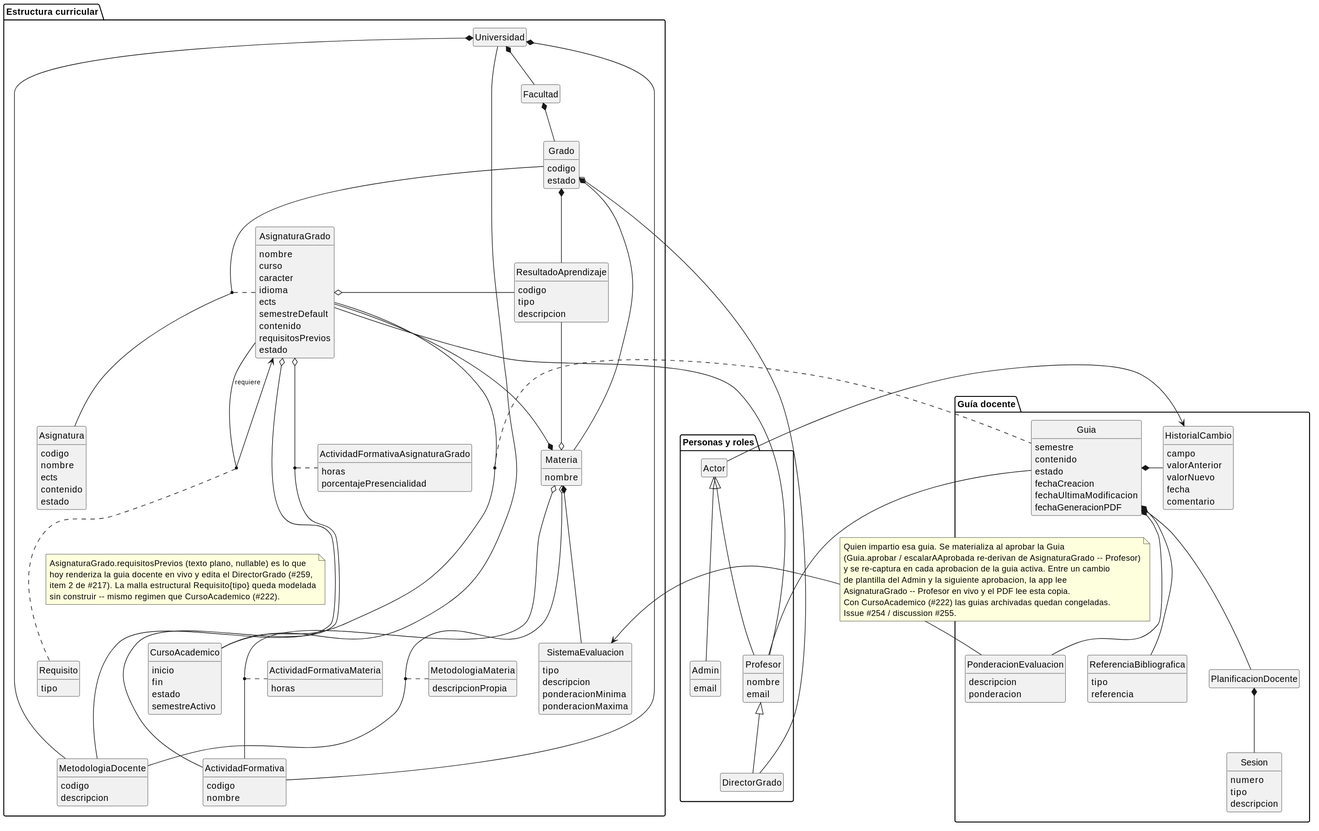
Before: images/RUP/00-modelo-del-dominio/modeloDominio.svg, a diagram exported from PlantUML (mmasias/pyCeldaPublico).
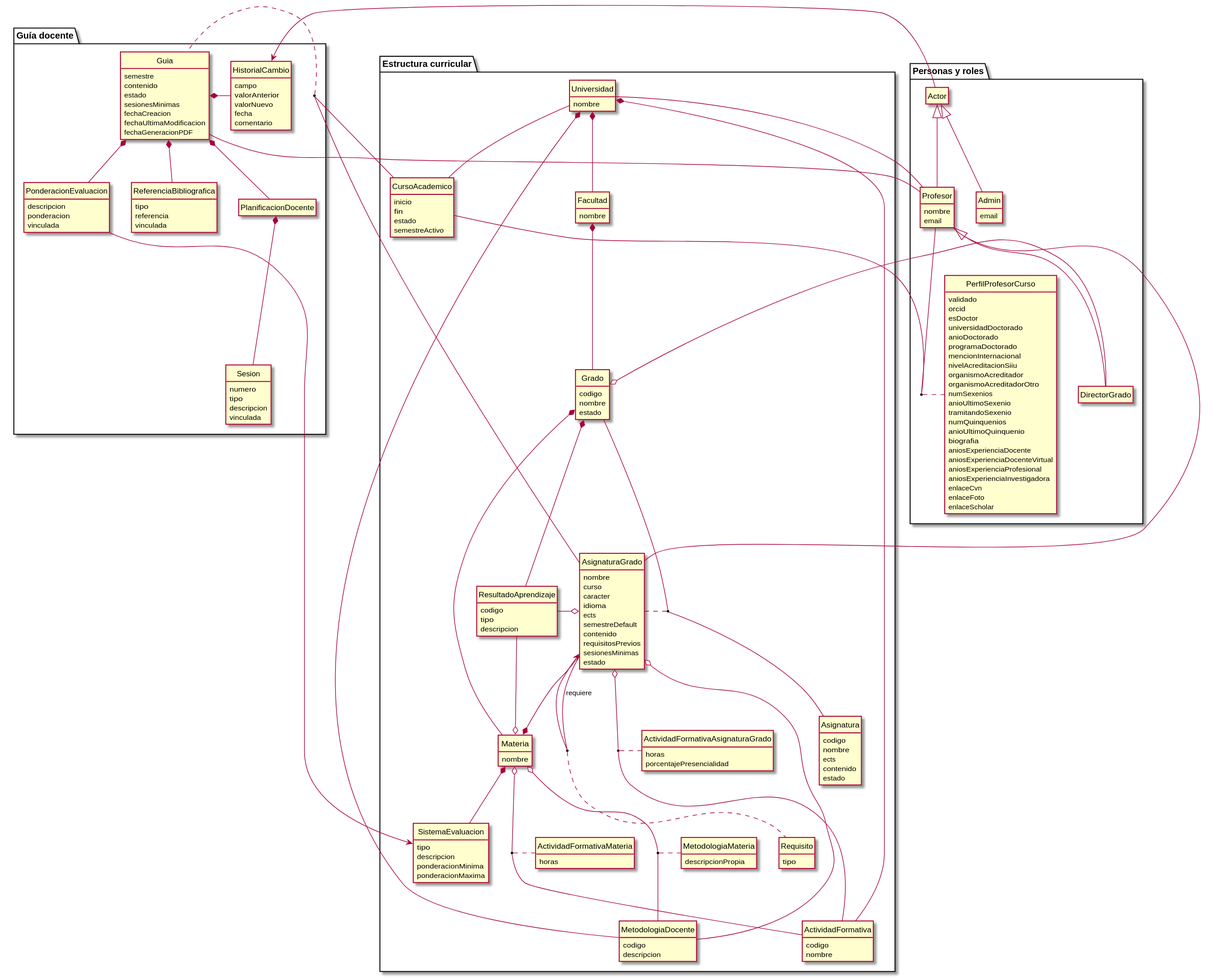
The same diagram one commit later.

Commit message:
docs: sincroniza modelo del dominio con la versión limpia de pyCelda

The edit, as a diff of the source:
```diff
@@ -1,12 +1,18 @@
-@startuml
+@startuml modeloDominio
+
 hide empty members
 hide circle
 
 package "Estructura curricular" {
-  class Universidad
-  class Facultad
+  class Universidad {
+    nombre
+  }
+  class Facultad {
+    nombre
+  }
   class Grado {
     codigo
+    nombre
     estado
   }
   class Materia {
@@ -52,6 +58,7 @@
     semestreDefault
     contenido
     requisitosPrevios
+    sesionesMinimas
     estado
   }
 
@@ -91,12 +98,6 @@
   AsignaturaGrado --> AsignaturaGrado : <sub>requiere</sub>
   AsignaturaGrado -[hidden]r- Requisito
   (AsignaturaGrado, AsignaturaGrado) .. Requisito
-  note on link
-    AsignaturaGrado.requisitosPrevios (texto plano, nullable) es lo que
-    hoy renderiza la guia docente en vivo y edita el DirectorGrado (#259,
-    item 2 de #217). La malla estructural Requisito{tipo} queda modelada
-    sin construir -- mismo regimen que CursoAcademico (#222).
-  end note
   Universidad -- CursoAcademico
 }
 
@@ -105,6 +106,7 @@
     semestre
     contenido
     estado
+    sesionesMinimas
     fechaCreacion
     fechaUltimaModificacion
     fechaGeneracionPDF
@@ -120,6 +122,7 @@
   class PonderacionEvaluacion {
     descripcion
     ponderacion
+    vinculada
   }
 
   (AsignaturaGrado, CursoAcademico) .. Guia
@@ -130,6 +133,7 @@
   class ReferenciaBibliografica {
     tipo
     referencia
+    vinculada
   }
 
   Guia *-- ReferenciaBibliografica
@@ -139,6 +143,7 @@
     numero
     tipo
     descripcion
+    vinculada
   }
 
   Guia *-- PlanificacionDocente
@@ -155,23 +160,42 @@
     email
   }
   class DirectorGrado
+  class PerfilProfesorCurso {
+    validado
+    orcid
+    esDoctor
+    universidadDoctorado
+    anioDoctorado
+    programaDoctorado
+    mencionInternacional
+    nivelAcreditacionSiiu
+    organismoAcreditador
+    organismoAcreditadorOtro
+    numSexenios
+    anioUltimoSexenio
+    tramitandoSexenio
+    numQuinquenios
+    anioUltimoQuinquenio
+    biografia
+    aniosExperienciaDocente
+    aniosExperienciaDocenteVirtual
+    aniosExperienciaProfesional
+    aniosExperienciaInvestigadora
+    enlaceCvn
+    enlaceFoto
+    enlaceScholar
+  }
 
   Profesor -u-|> Actor
   Admin -u-|> Actor
   DirectorGrado -u-|> Profesor
   Actor -> HistorialCambio
+  Universidad -- Profesor
   AsignaturaGrado - Profesor
   Grado o- DirectorGrado
+  (Profesor, CursoAcademico) .. PerfilProfesorCurso
 }
 
 Guia -- Profesor
-note on link
-  Quien impartio esa guia. Se materializa al aprobar la Guia
-  (Guia.aprobar / escalarAAprobada re-derivan de AsignaturaGrado -- Profesor)
-  y se re-captura en cada aprobacion de la guia activa. Entre un cambio
-  de plantilla del Admin y la siguiente aprobacion, la app lee
-  AsignaturaGrado -- Profesor en vivo y el PDF lee esta copia.
-  Con CursoAcademico (#222) las guias archivadas quedan congeladas.
-  Issue #254 / discussion #255.
-end note
+
 @enduml
```
